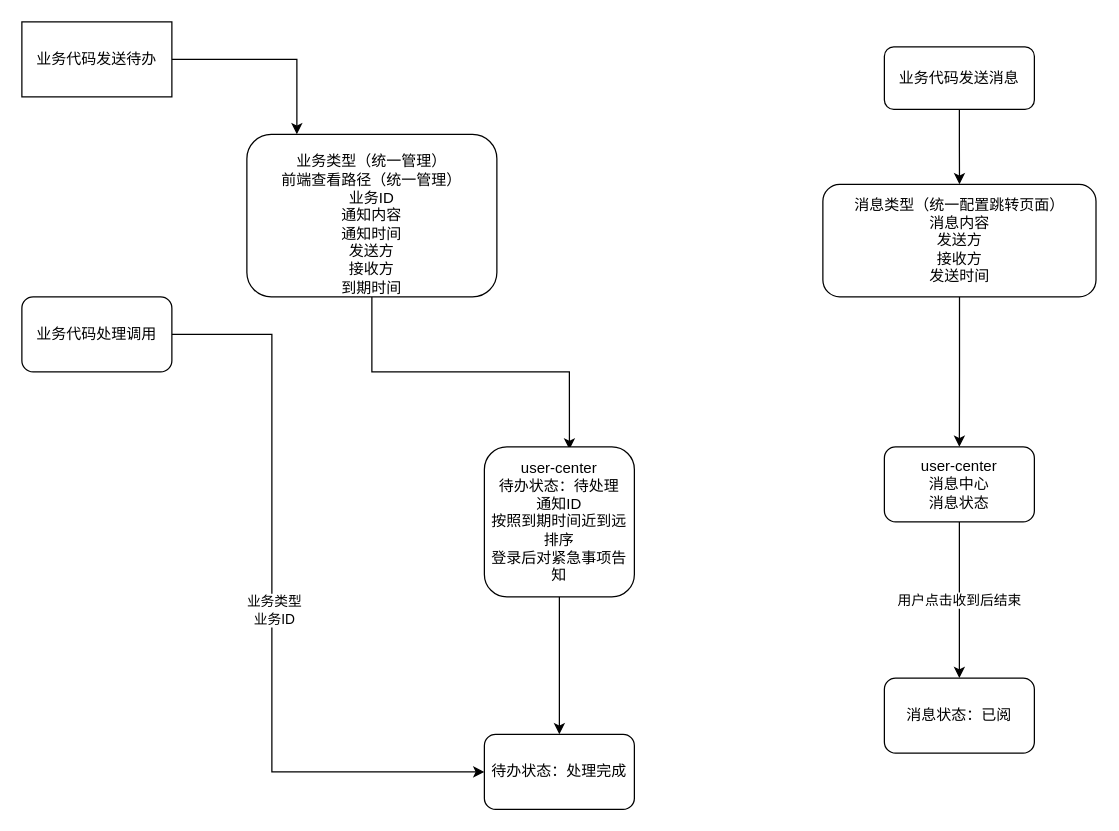
Above: 用户代办通知.drawio in chaomings/simple (draw.io), before the change. Source tidied: cells renumbered, new cells numbered last; positions are measured from the earlier drawing's top-left corner, leaving out a move shared by most shapes. Both pictures are drawn from the tidied source at 125%, with x=0, y=0 at pixel (21, 21).
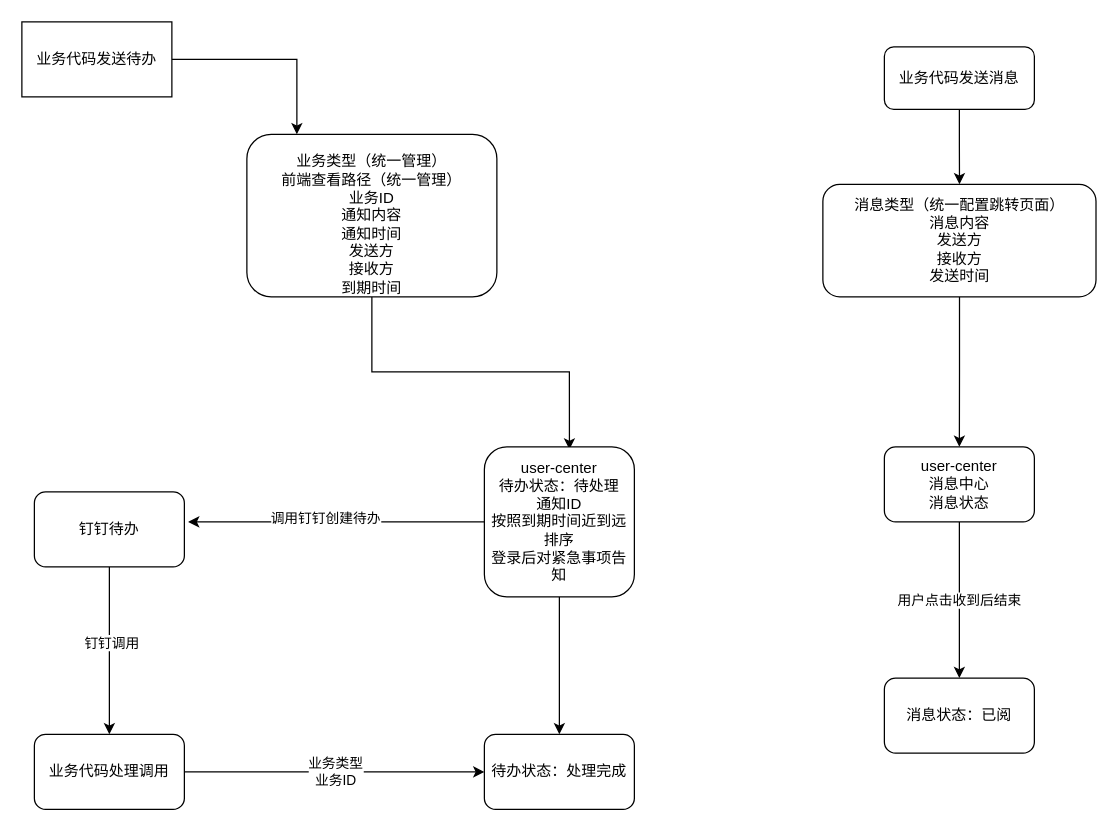
Above is the later version.

Commit message (it also covers changes not shown here):
Update 用户代办通知.drawio

The change refers to these unchanged cells:
```xml
<mxCell id="7" value="user-center&lt;br&gt;待办状态：待处理&lt;br&gt;通知ID&lt;br&gt;按照到期时间近到远排序&lt;br&gt;登录后对紧急事项告知" style="rounded=1;whiteSpace=wrap;html=1;" parent="1" vertex="1">
  <mxGeometry x="370" y="340" width="120" height="120" as="geometry" />
</mxCell>
<mxCell id="11" value="待办状态：处理完成" style="whiteSpace=wrap;html=1;rounded=1;" parent="1" vertex="1">
  <mxGeometry x="370" y="570" width="120" height="60" as="geometry" />
</mxCell>
```

The edit, as a diff of the source:
```diff
@@
+    <mxCell id="19" style="edgeStyle=orthogonalEdgeStyle;rounded=0;jettySize=auto;html=1;entryX=1.025;entryY=0.4;entryDx=0;entryDy=0;entryPerimeter=0;" parent="1" edge="1" source="7" target="23">
+      <mxGeometry relative="1" as="geometry" />
+    </mxCell>
+    <mxCell id="20" value="调用钉钉创建待办" style="edgeLabel;html=1;align=center;verticalAlign=middle;" parent="19" vertex="1">
+      <mxGeometry x="0.08" y="-4" relative="1" as="geometry" />
+    </mxCell>
@@
     <mxCell id="8" style="edgeStyle=orthogonalEdgeStyle;rounded=0;jettySize=auto;html=1;entryX=0;entryY=0.5;entryDx=0;entryDy=0;" parent="1" edge="1" source="10" target="11">
       <mxGeometry relative="1" as="geometry">
         <Array as="points">
-          <mxPoint x="200" y="250" />
-          <mxPoint x="200" y="600" />
+          <mxPoint x="160" y="600" />
+          <mxPoint x="160" y="600" />
         </Array>
       </mxGeometry>
     </mxCell>
@@
     <mxCell id="10" value="业务代码处理调用" style="rounded=1;whiteSpace=wrap;html=1;" parent="1" vertex="1">
-      <mxGeometry y="220" width="120" height="60" as="geometry" />
+      <mxGeometry x="10" y="570" width="120" height="60" as="geometry" />
     </mxCell>
@@
+    <mxCell id="21" style="edgeStyle=orthogonalEdgeStyle;rounded=0;jettySize=auto;html=1;" parent="1" edge="1" source="23" target="10">
+      <mxGeometry relative="1" as="geometry" />
+    </mxCell>
+    <mxCell id="22" value="钉钉调用" style="edgeLabel;html=1;align=center;verticalAlign=middle;" parent="21" vertex="1">
+      <mxGeometry x="-0.1" y="1" relative="1" as="geometry" />
+    </mxCell>
+    <mxCell id="23" value="钉钉待办" style="rounded=1;whiteSpace=wrap;html=1;" parent="1" vertex="1">
+      <mxGeometry x="10" y="376" width="120" height="60" as="geometry" />
+    </mxCell>
```
